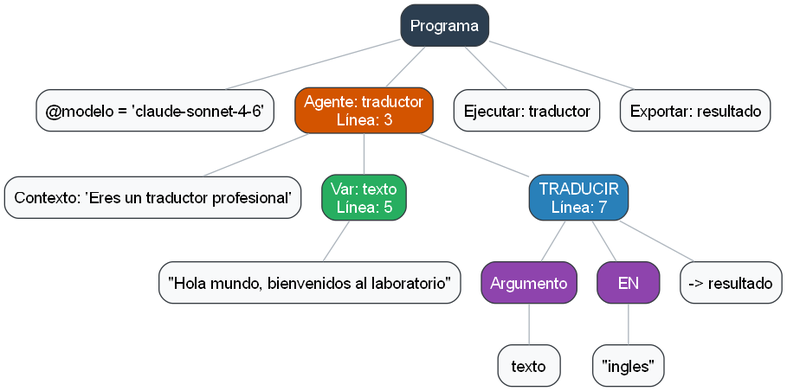
Earlier version of the Graphviz export reportes/ast.png (jppax20-dev/Proyecto2-AnalizadorSintactico-PromptZal). Its source is kept beside it as reportes/ast.dot.
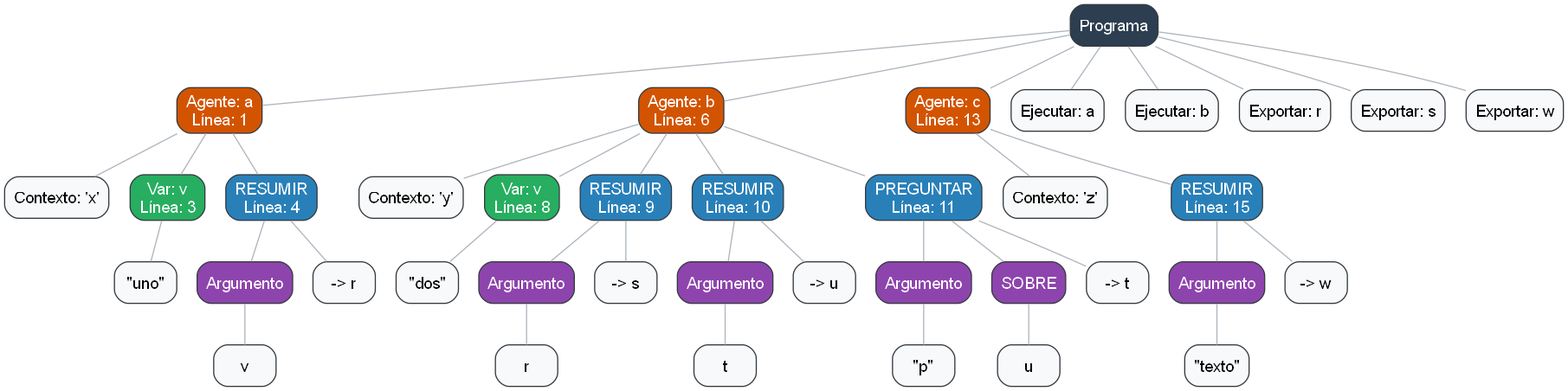
The same file after the commit.

Change to the diagram source:
```diff
@@ -4,30 +4,78 @@
   edge [color="#adb5bd", dir=none];
 
   n0 [label="Programa", fillcolor="#2c3e50", fontcolor=white];
-  n1 [label="@modelo = 'claude-sonnet-4-6'"];
+  n1 [label="Agente: a\nLínea: 1", fillcolor="#d35400", fontcolor=white];
   n0 -> n1;
-  n2 [label="Agente: traductor\nLínea: 3", fillcolor="#d35400", fontcolor=white];
-  n0 -> n2;
-  n3 [label="Contexto: 'Eres un traductor profesional'"];
-  n2 -> n3;
-  n4 [label="Var: texto\nLínea: 5", fillcolor="#27ae60", fontcolor=white];
-  n2 -> n4;
-  n5 [label="\"Hola mundo, bienvenidos al laboratorio\""];
-  n4 -> n5;
-  n6 [label="TRADUCIR\nLínea: 7", fillcolor="#2980b9", fontcolor=white];
-  n2 -> n6;
-  n7 [label="Argumento", fillcolor="#8e44ad", fontcolor=white];
+  n2 [label="Contexto: 'x'"];
+  n1 -> n2;
+  n3 [label="Var: v\nLínea: 3", fillcolor="#27ae60", fontcolor=white];
+  n1 -> n3;
+  n4 [label="\"uno\""];
+  n3 -> n4;
+  n5 [label="RESUMIR\nLínea: 4", fillcolor="#2980b9", fontcolor=white];
+  n1 -> n5;
+  n6 [label="Argumento", fillcolor="#8e44ad", fontcolor=white];
+  n5 -> n6;
+  n7 [label="v"];
   n6 -> n7;
-  n8 [label="texto"];
-  n7 -> n8;
-  n9 [label="EN", fillcolor="#8e44ad", fontcolor=white];
-  n6 -> n9;
-  n10 [label="\"ingles\""];
+  n8 [label="-> r"];
+  n5 -> n8;
+  n9 [label="Agente: b\nLínea: 6", fillcolor="#d35400", fontcolor=white];
+  n0 -> n9;
+  n10 [label="Contexto: 'y'"];
   n9 -> n10;
-  n11 [label="-> resultado"];
-  n6 -> n11;
-  n12 [label="Ejecutar: traductor"];
-  n0 -> n12;
-  n13 [label="Exportar: resultado"];
-  n0 -> n13;
+  n11 [label="Var: v\nLínea: 8", fillcolor="#27ae60", fontcolor=white];
+  n9 -> n11;
+  n12 [label="\"dos\""];
+  n11 -> n12;
+  n13 [label="RESUMIR\nLínea: 9", fillcolor="#2980b9", fontcolor=white];
+  n9 -> n13;
+  n14 [label="Argumento", fillcolor="#8e44ad", fontcolor=white];
+  n13 -> n14;
+  n15 [label="r"];
+  n14 -> n15;
+  n16 [label="-> s"];
+  n13 -> n16;
+  n17 [label="RESUMIR\nLínea: 10", fillcolor="#2980b9", fontcolor=white];
+  n9 -> n17;
+  n18 [label="Argumento", fillcolor="#8e44ad", fontcolor=white];
+  n17 -> n18;
+  n19 [label="t"];
+  n18 -> n19;
+  n20 [label="-> u"];
+  n17 -> n20;
+  n21 [label="PREGUNTAR\nLínea: 11", fillcolor="#2980b9", fontcolor=white];
+  n9 -> n21;
+  n22 [label="Argumento", fillcolor="#8e44ad", fontcolor=white];
+  n21 -> n22;
+  n23 [label="\"p\""];
+  n22 -> n23;
+  n24 [label="SOBRE", fillcolor="#8e44ad", fontcolor=white];
+  n21 -> n24;
+  n25 [label="u"];
+  n24 -> n25;
+  n26 [label="-> t"];
+  n21 -> n26;
+  n27 [label="Agente: c\nLínea: 13", fillcolor="#d35400", fontcolor=white];
+  n0 -> n27;
+  n28 [label="Contexto: 'z'"];
+  n27 -> n28;
+  n29 [label="RESUMIR\nLínea: 15", fillcolor="#2980b9", fontcolor=white];
+  n27 -> n29;
+  n30 [label="Argumento", fillcolor="#8e44ad", fontcolor=white];
+  n29 -> n30;
+  n31 [label="\"texto\""];
+  n30 -> n31;
+  n32 [label="-> w"];
+  n29 -> n32;
+  n33 [label="Ejecutar: a"];
+  n0 -> n33;
+  n34 [label="Ejecutar: b"];
+  n0 -> n34;
+  n35 [label="Exportar: r"];
+  n0 -> n35;
+  n36 [label="Exportar: s"];
+  n0 -> n36;
+  n37 [label="Exportar: w"];
+  n0 -> n37;
 }
```
